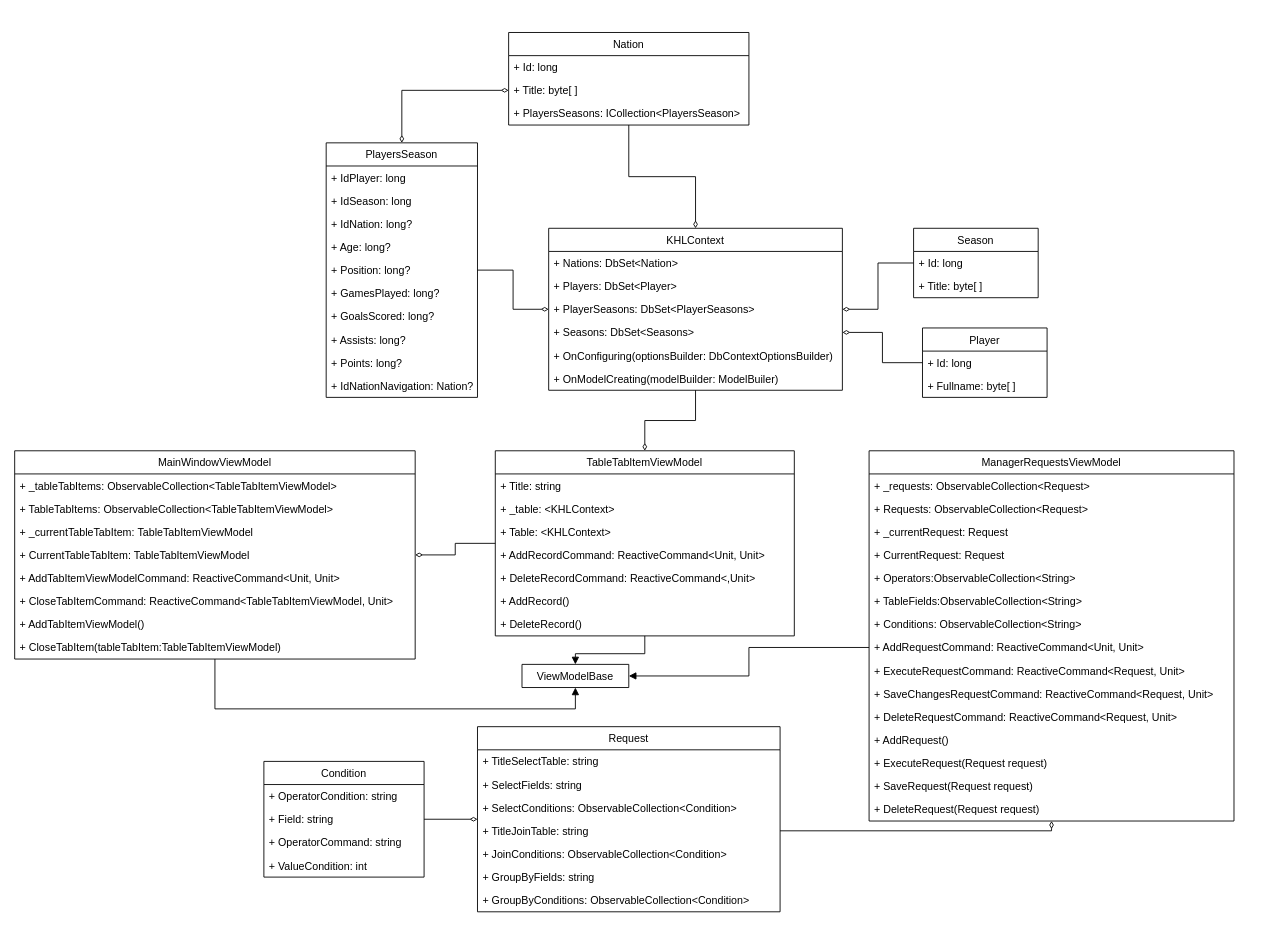
This is ClassDiagram.drawio from artemoshepkov/DataBaseViewer, a draw.io file, before an edit. Source tidied: cells renumbered, new cells numbered last; positions are measured from the earlier drawing's top-left corner, leaving out a move shared by most shapes. Both pictures are drawn from the tidied source at 89%, with x=0, y=0 at pixel (14, 32).
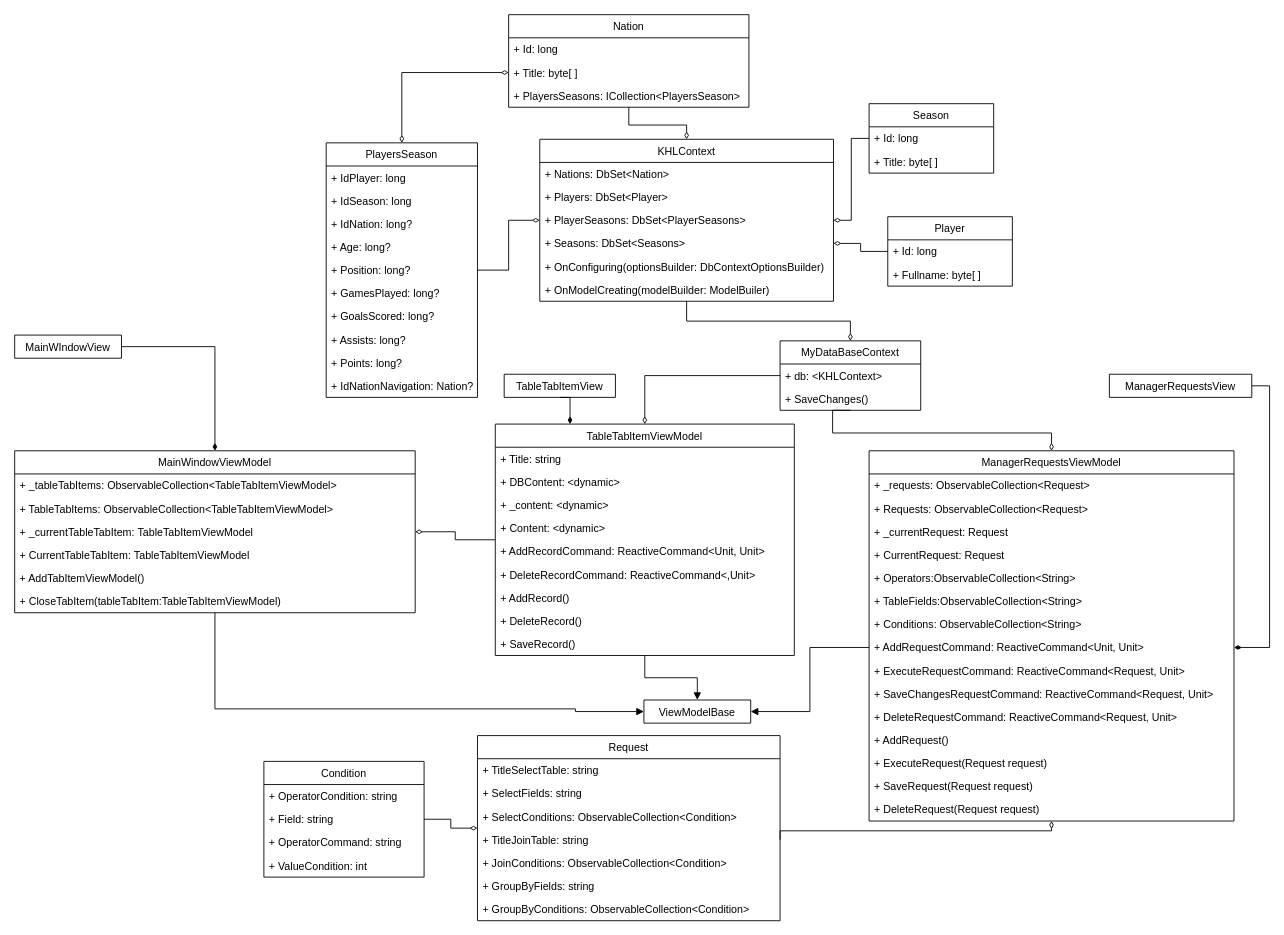
The same diagram, later.

The change refers to these unchanged cells:
```xml
<mxCell id="46" value="ManagerRequestsViewModel" style="swimlane;fontStyle=0;horizontal=1;startSize=26;fillColor=none;rounded=0;shadow=0;glass=0;sketch=0;strokeColor=default;strokeWidth=1;" parent="1" vertex="1">
  <mxGeometry x="960" y="470" width="410" height="416" as="geometry" />
</mxCell>
<mxCell id="54" value="+ AddRequestCommand: ReactiveCommand&lt;Unit, Unit&gt;" style="text;strokeColor=none;fillColor=none;align=left;verticalAlign=top;spacingLeft=4;spacingRight=4;overflow=hidden;points=[[0,0.5],[1,0.5]];portConstraint=eastwest;rounded=0;shadow=0;glass=0;sketch=0;" parent="46" vertex="1">
  <mxGeometry y="208" width="410" height="26" as="geometry" />
</mxCell>
```

The edit, as a diff of the source:
```diff
@@
     <mxCell id="3" value="Nation" style="swimlane;fontStyle=0;horizontal=1;startSize=26;fillColor=none;" parent="1" vertex="1">
-      <mxGeometry x="555" width="270" height="104" as="geometry" />
+      <mxGeometry x="555" y="-20" width="270" height="104" as="geometry" />
     </mxCell>
@@
     <mxCell id="7" value="KHLContext" style="swimlane;fontStyle=0;horizontal=1;startSize=26;fillColor=none;" parent="1" vertex="1">
-      <mxGeometry x="600" y="220" width="330" height="182" as="geometry" />
+      <mxGeometry x="590" y="120" width="330" height="182" as="geometry" />
     </mxCell>
@@
     <mxCell id="14" value="Player" style="swimlane;fontStyle=0;horizontal=1;startSize=26;fillColor=none;" parent="1" vertex="1">
-      <mxGeometry x="1020" y="332" width="140" height="78" as="geometry" />
+      <mxGeometry x="981" y="207" width="140" height="78" as="geometry" />
     </mxCell>
@@
     <mxCell id="30" value="Season" style="swimlane;fontStyle=0;horizontal=1;startSize=26;fillColor=none;" parent="1" vertex="1">
-      <mxGeometry x="1010" y="220" width="140" height="78" as="geometry" />
+      <mxGeometry x="960" y="80" width="140" height="78" as="geometry" />
     </mxCell>
@@
     <mxCell id="35" value="MainWindowViewModel" style="swimlane;fontStyle=0;horizontal=1;startSize=26;fillColor=none;rounded=0;shadow=0;glass=0;sketch=0;strokeColor=default;strokeWidth=1;" parent="1" vertex="1">
-      <mxGeometry y="470" width="450" height="234" as="geometry" />
+      <mxGeometry y="470" width="450" height="182" as="geometry" />
     </mxCell>
@@
-    <mxCell id="40" value="+ AddTabItemViewModelCommand: ReactiveCommand&lt;Unit, Unit&gt;" style="text;strokeColor=none;fillColor=none;align=left;verticalAlign=top;spacingLeft=4;spacingRight=4;overflow=hidden;rounded=0;shadow=0;glass=0;sketch=0;" parent="35" vertex="1">
-      <mxGeometry y="130" width="450" height="26" as="geometry" />
-    </mxCell>
-    <mxCell id="41" value="+ CloseTabItemCommand: ReactiveCommand&lt;TableTabItemViewModel, Unit&gt;" style="text;strokeColor=none;fillColor=none;align=left;verticalAlign=top;spacingLeft=4;spacingRight=4;overflow=hidden;rounded=0;shadow=0;glass=0;sketch=0;" parent="35" vertex="1">
-      <mxGeometry y="156" width="450" height="26" as="geometry" />
-    </mxCell>
     <mxCell id="42" value="+ AddTabItemViewModel()" style="text;strokeColor=none;fillColor=none;align=left;verticalAlign=top;spacingLeft=4;spacingRight=4;overflow=hidden;rounded=0;shadow=0;glass=0;sketch=0;" parent="35" vertex="1">
-      <mxGeometry y="182" width="450" height="26" as="geometry" />
+      <mxGeometry y="130" width="450" height="26" as="geometry" />
     </mxCell>
     <mxCell id="43" value="+ CloseTabItem(tableTabItem:TableTabItemViewModel)" style="text;strokeColor=none;fillColor=none;align=left;verticalAlign=top;spacingLeft=4;spacingRight=4;overflow=hidden;rounded=0;shadow=0;glass=0;sketch=0;" parent="35" vertex="1">
-      <mxGeometry y="208" width="450" height="26" as="geometry" />
+      <mxGeometry y="156" width="450" height="26" as="geometry" />
     </mxCell>
     <mxCell id="44" value="ViewModelBase" style="swimlane;fontStyle=0;horizontal=1;startSize=26;fillColor=none;rounded=0;shadow=0;glass=0;sketch=0;strokeColor=default;strokeWidth=1;" parent="1" vertex="1" collapsed="1">
-      <mxGeometry x="570" y="710" width="120" height="26" as="geometry" />
+      <mxGeometry x="707" y="750" width="120" height="26" as="geometry" />
     </mxCell>
@@
-    <mxCell id="63" style="edgeStyle=orthogonalEdgeStyle;rounded=0;jettySize=auto;html=1;exitX=0.5;exitY=0;exitDx=0;exitDy=0;startArrow=diamondThin;startFill=0;endArrow=none;endFill=0;" parent="1" edge="1" source="64" target="7">
+    <mxCell id="63" style="edgeStyle=orthogonalEdgeStyle;rounded=0;jettySize=auto;html=1;exitX=0.5;exitY=0;exitDx=0;exitDy=0;startArrow=diamondThin;startFill=0;endArrow=none;endFill=0;" parent="1" edge="1" source="100" target="7">
       <mxGeometry relative="1" as="geometry" />
     </mxCell>
     <mxCell id="64" value="TableTabItemViewModel" style="swimlane;fontStyle=0;horizontal=1;startSize=26;fillColor=none;rounded=0;shadow=0;glass=0;sketch=0;strokeColor=default;strokeWidth=1;" parent="1" vertex="1">
-      <mxGeometry x="540" y="470" width="336" height="208" as="geometry" />
+      <mxGeometry x="540" y="440" width="336" height="260" as="geometry" />
     </mxCell>
@@
+    <mxCell id="89" value="+ DBContent: &lt;dynamic&gt;" style="text;strokeColor=none;fillColor=none;align=left;verticalAlign=top;spacingLeft=4;spacingRight=4;overflow=hidden;rounded=0;shadow=0;glass=0;sketch=0;" parent="64" vertex="1">
+      <mxGeometry y="52" width="336" height="26" as="geometry" />
+    </mxCell>
+    <mxCell id="90" value="+ _content: &lt;dynamic&gt;" style="text;strokeColor=none;fillColor=none;align=left;verticalAlign=top;spacingLeft=4;spacingRight=4;overflow=hidden;rounded=0;shadow=0;glass=0;sketch=0;" parent="64" vertex="1">
+      <mxGeometry y="78" width="336" height="26" as="geometry" />
+    </mxCell>
-    <mxCell id="66" value="+ _table: &lt;KHLContext&gt;" style="text;strokeColor=none;fillColor=none;align=left;verticalAlign=top;spacingLeft=4;spacingRight=4;overflow=hidden;rounded=0;shadow=0;glass=0;sketch=0;" parent="64" vertex="1">
-      <mxGeometry y="52" width="336" height="26" as="geometry" />
+    <mxCell id="66" value="+ Content: &lt;dynamic&gt;" style="text;strokeColor=none;fillColor=none;align=left;verticalAlign=top;spacingLeft=4;spacingRight=4;overflow=hidden;rounded=0;shadow=0;glass=0;sketch=0;" parent="64" vertex="1">
+      <mxGeometry y="104" width="336" height="26" as="geometry" />
     </mxCell>
-    <mxCell id="67" value="+ Table: &lt;KHLContext&gt;" style="text;strokeColor=none;fillColor=none;align=left;verticalAlign=top;spacingLeft=4;spacingRight=4;overflow=hidden;rounded=0;shadow=0;glass=0;sketch=0;" parent="64" vertex="1">
-      <mxGeometry y="78" width="336" height="26" as="geometry" />
-    </mxCell>
     <mxCell id="68" value="+ AddRecordCommand: ReactiveCommand&lt;Unit, Unit&gt;" style="text;strokeColor=none;fillColor=none;align=left;verticalAlign=top;spacingLeft=4;spacingRight=4;overflow=hidden;rounded=0;shadow=0;glass=0;sketch=0;" parent="64" vertex="1">
-      <mxGeometry y="104" width="336" height="26" as="geometry" />
+      <mxGeometry y="130" width="336" height="26" as="geometry" />
     </mxCell>
     <mxCell id="69" value="+ DeleteRecordCommand: ReactiveCommand&lt;,Unit&gt;" style="text;strokeColor=none;fillColor=none;align=left;verticalAlign=top;spacingLeft=4;spacingRight=4;overflow=hidden;rounded=0;shadow=0;glass=0;sketch=0;" parent="64" vertex="1">
-      <mxGeometry y="130" width="336" height="26" as="geometry" />
+      <mxGeometry y="156" width="336" height="26" as="geometry" />
     </mxCell>
     <mxCell id="70" value="+ AddRecord()" style="text;strokeColor=none;fillColor=none;align=left;verticalAlign=top;spacingLeft=4;spacingRight=4;overflow=hidden;rounded=0;shadow=0;glass=0;sketch=0;" parent="64" vertex="1">
-      <mxGeometry y="156" width="336" height="26" as="geometry" />
+      <mxGeometry y="182" width="336" height="26" as="geometry" />
     </mxCell>
     <mxCell id="71" value="+ DeleteRecord()" style="text;strokeColor=none;fillColor=none;align=left;verticalAlign=top;spacingLeft=4;spacingRight=4;overflow=hidden;rounded=0;shadow=0;glass=0;sketch=0;" parent="64" vertex="1">
-      <mxGeometry y="182" width="336" height="26" as="geometry" />
+      <mxGeometry y="208" width="336" height="26" as="geometry" />
     </mxCell>
+    <mxCell id="91" value="+ SaveRecord()" style="text;strokeColor=none;fillColor=none;align=left;verticalAlign=top;spacingLeft=4;spacingRight=4;overflow=hidden;rounded=0;shadow=0;glass=0;sketch=0;" parent="64" vertex="1">
+      <mxGeometry y="234" width="336" height="26" as="geometry" />
+    </mxCell>
@@
     <mxCell id="74" value="Request" style="swimlane;fontStyle=0;horizontal=1;startSize=26;fillColor=none;rounded=0;shadow=0;glass=0;sketch=0;strokeColor=default;strokeWidth=1;" parent="1" vertex="1">
-      <mxGeometry x="520" y="780" width="340" height="208" as="geometry" />
+      <mxGeometry x="520" y="790" width="340" height="208" as="geometry" />
     </mxCell>
@@
+    <mxCell id="92" style="edgeStyle=orthogonalEdgeStyle;rounded=0;jettySize=auto;html=1;exitX=1;exitY=0.5;exitDx=0;exitDy=0;entryX=1;entryY=0.5;entryDx=0;entryDy=0;endArrow=diamondThin;endFill=1;" parent="1" edge="1" source="93" target="54">
+      <mxGeometry relative="1" as="geometry" />
+    </mxCell>
+    <mxCell id="93" value="ManagerRequestsView" style="swimlane;fontStyle=0;horizontal=1;startSize=26;fillColor=none;rounded=0;shadow=0;glass=0;sketch=0;strokeColor=default;strokeWidth=1;" parent="1" vertex="1" collapsed="1">
+      <mxGeometry x="1230" y="384" width="160" height="26" as="geometry" />
+    </mxCell>
+    <mxCell id="94" style="edgeStyle=orthogonalEdgeStyle;rounded=0;jettySize=auto;html=1;exitX=1;exitY=0.5;exitDx=0;exitDy=0;entryX=0.5;entryY=0;entryDx=0;entryDy=0;endArrow=diamondThin;endFill=1;" parent="1" edge="1" source="95" target="35">
+      <mxGeometry relative="1" as="geometry" />
+    </mxCell>
+    <mxCell id="95" value="MainWIndowView" style="swimlane;fontStyle=0;horizontal=1;startSize=26;fillColor=none;rounded=0;shadow=0;glass=0;sketch=0;strokeColor=default;strokeWidth=1;" parent="1" vertex="1" collapsed="1">
+      <mxGeometry y="340" width="120" height="26" as="geometry" />
+    </mxCell>
+    <mxCell id="96" style="edgeStyle=orthogonalEdgeStyle;rounded=0;jettySize=auto;html=1;exitX=0.5;exitY=1;exitDx=0;exitDy=0;entryX=0.25;entryY=0;entryDx=0;entryDy=0;endArrow=diamondThin;endFill=1;" parent="1" edge="1" source="97" target="64">
+      <mxGeometry relative="1" as="geometry" />
+    </mxCell>
+    <mxCell id="97" value="TableTabItemView" style="swimlane;fontStyle=0;horizontal=1;startSize=26;fillColor=none;rounded=0;shadow=0;glass=0;sketch=0;strokeColor=default;strokeWidth=1;" parent="1" vertex="1" collapsed="1">
+      <mxGeometry x="550" y="384" width="125" height="26" as="geometry" />
+    </mxCell>
+    <mxCell id="98" style="edgeStyle=orthogonalEdgeStyle;rounded=0;jettySize=auto;html=1;exitX=0.5;exitY=1;exitDx=0;exitDy=0;entryX=0.5;entryY=0;entryDx=0;entryDy=0;endArrow=diamondThin;endFill=0;" parent="1" edge="1" source="100" target="46">
+      <mxGeometry relative="1" as="geometry">
+        <Array as="points">
+          <mxPoint x="919" y="450" />
+          <mxPoint x="1165" y="450" />
+        </Array>
+      </mxGeometry>
+    </mxCell>
+    <mxCell id="99" style="edgeStyle=orthogonalEdgeStyle;rounded=0;jettySize=auto;html=1;exitX=0;exitY=0.5;exitDx=0;exitDy=0;entryX=0.5;entryY=0;entryDx=0;entryDy=0;endArrow=diamondThin;endFill=0;" parent="1" edge="1" source="100" target="64">
+      <mxGeometry relative="1" as="geometry" />
+    </mxCell>
+    <mxCell id="100" value="MyDataBaseContext" style="swimlane;fontStyle=0;horizontal=1;startSize=26;fillColor=none;rounded=0;shadow=0;glass=0;sketch=0;strokeColor=default;strokeWidth=1;" parent="1" vertex="1">
+      <mxGeometry x="860" y="346.5" width="158" height="78" as="geometry" />
+    </mxCell>
+    <mxCell id="101" value="+ db: &lt;KHLContext&gt;" style="text;strokeColor=none;fillColor=none;align=left;verticalAlign=top;spacingLeft=4;spacingRight=4;overflow=hidden;rounded=0;shadow=0;glass=0;sketch=0;" parent="100" vertex="1">
+      <mxGeometry y="26" width="158" height="26" as="geometry" />
+    </mxCell>
+    <mxCell id="102" value="+ SaveChanges()" style="text;strokeColor=none;fillColor=none;align=left;verticalAlign=top;spacingLeft=4;spacingRight=4;overflow=hidden;rounded=0;shadow=0;glass=0;sketch=0;" parent="100" vertex="1">
+      <mxGeometry y="52" width="158" height="26" as="geometry" />
+    </mxCell>
```
